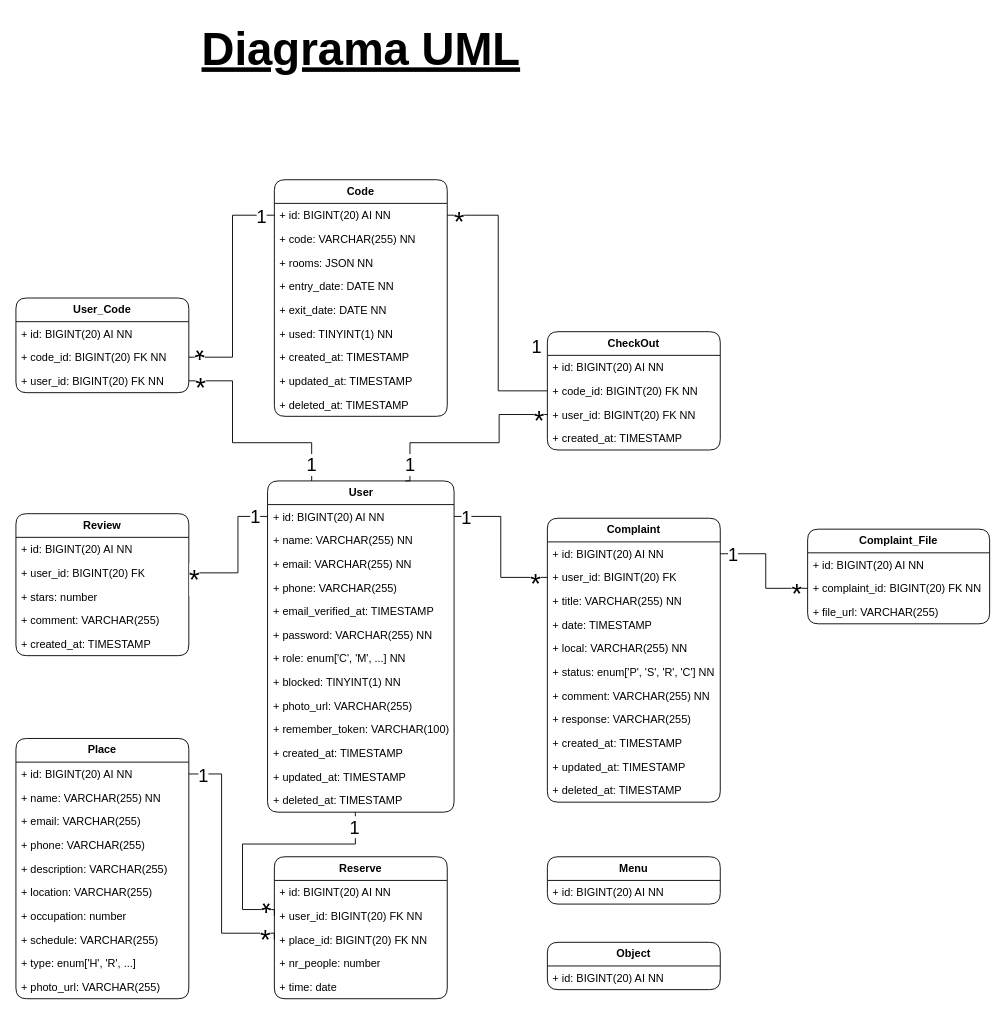
This is page "Diagrama UML" (1 of 2) of HappyGuest.drawio from Happy-Guest/HG-Notes, a draw.io file, before an edit. Source tidied: cells renumbered, new cells numbered last; positions are measured from the earlier drawing's top-left corner, leaving out a move shared by most shapes. Both pictures are drawn from the tidied source at 91%, with x=0, y=0 at pixel (15, 15).
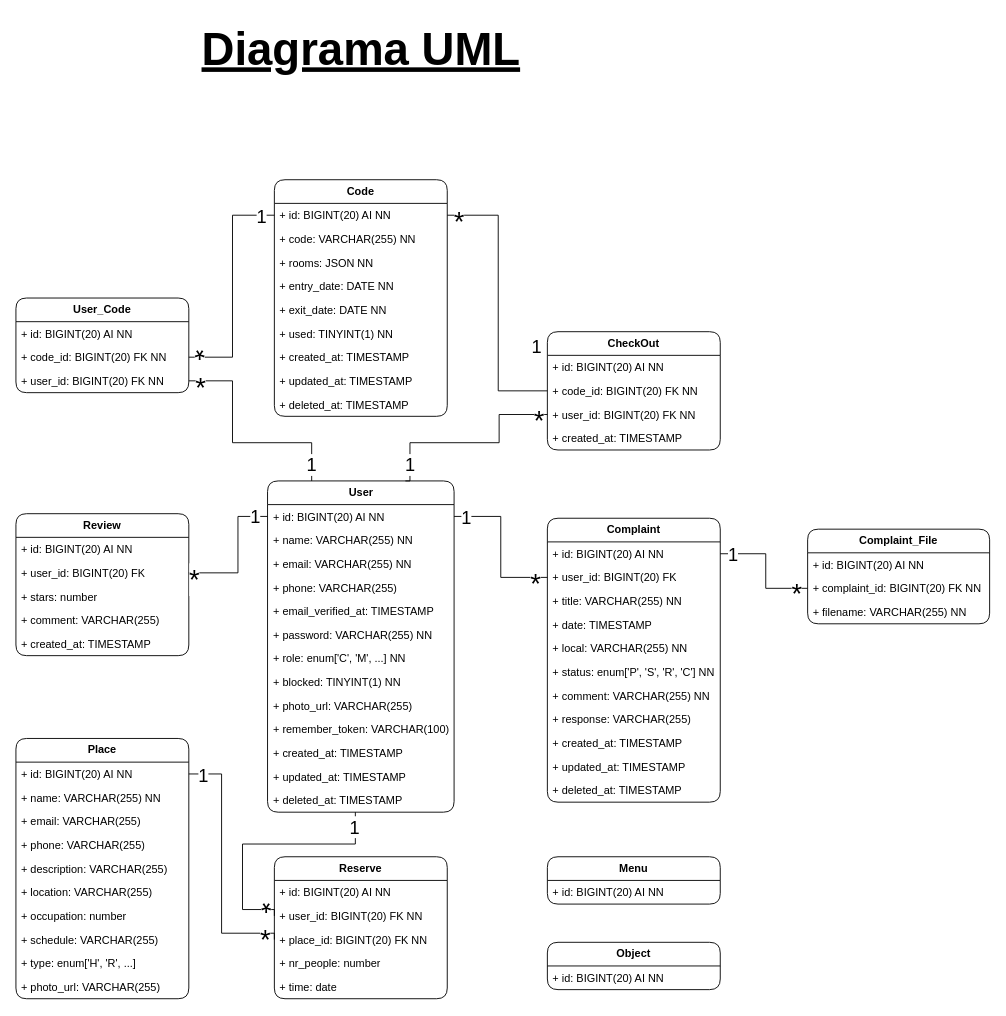
Above is the later version.

Unchanged cells that the change refers to:
```xml
<mxCell id="45" value="&lt;b&gt;Complaint_File&lt;/b&gt;" style="swimlane;fontStyle=0;horizontal=1;startSize=26;fillColor=none;whiteSpace=wrap;html=1;perimeterSpacing=0;rounded=1;" parent="1" vertex="1">
  <mxGeometry x="870" y="564" width="200" height="104" as="geometry" />
</mxCell>
```

What changed in the source:
```diff
@@
-    <mxCell id="48" value="+ file_url: VARCHAR(255)" style="text;strokeColor=none;fillColor=none;align=left;verticalAlign=top;spacingLeft=4;spacingRight=4;overflow=hidden;whiteSpace=wrap;html=1;" parent="45" vertex="1">
+    <mxCell id="48" value="+ filename: VARCHAR(255) NN" style="text;strokeColor=none;fillColor=none;align=left;verticalAlign=top;spacingLeft=4;spacingRight=4;overflow=hidden;whiteSpace=wrap;html=1;" parent="45" vertex="1">
       <mxGeometry y="78" width="200" height="26" as="geometry" />
     </mxCell>
```
